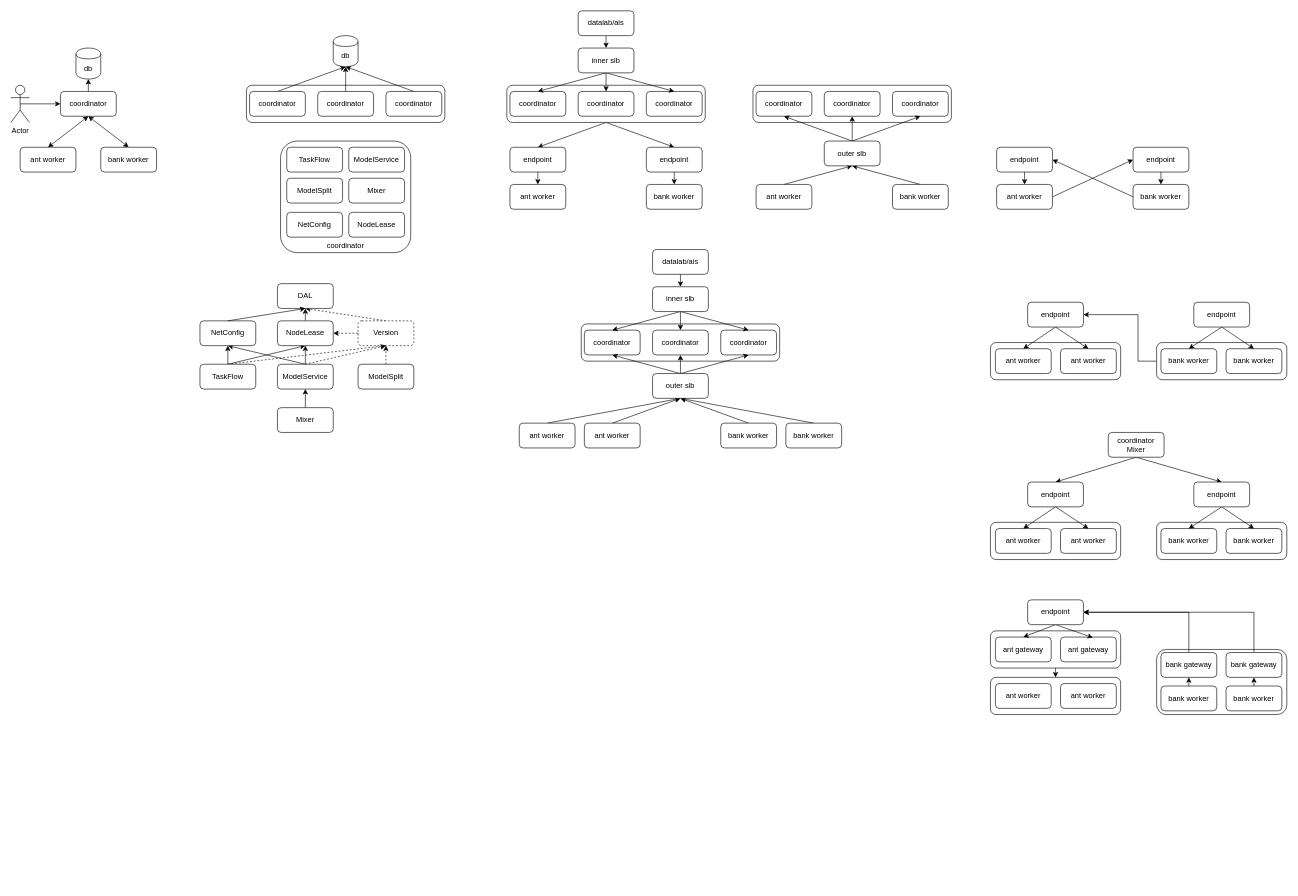
Earlier version of the draw.io diagram page "第 3 页" (3 of 3) of deployment.drawio (chlq1128/Mycode). Source tidied: cells renumbered, new cells numbered last; positions are measured from the earlier drawing's top-left corner, leaving out a move shared by most shapes. Both pictures are drawn from the tidied source at 62%, with x=0, y=0 at pixel (11, 11).
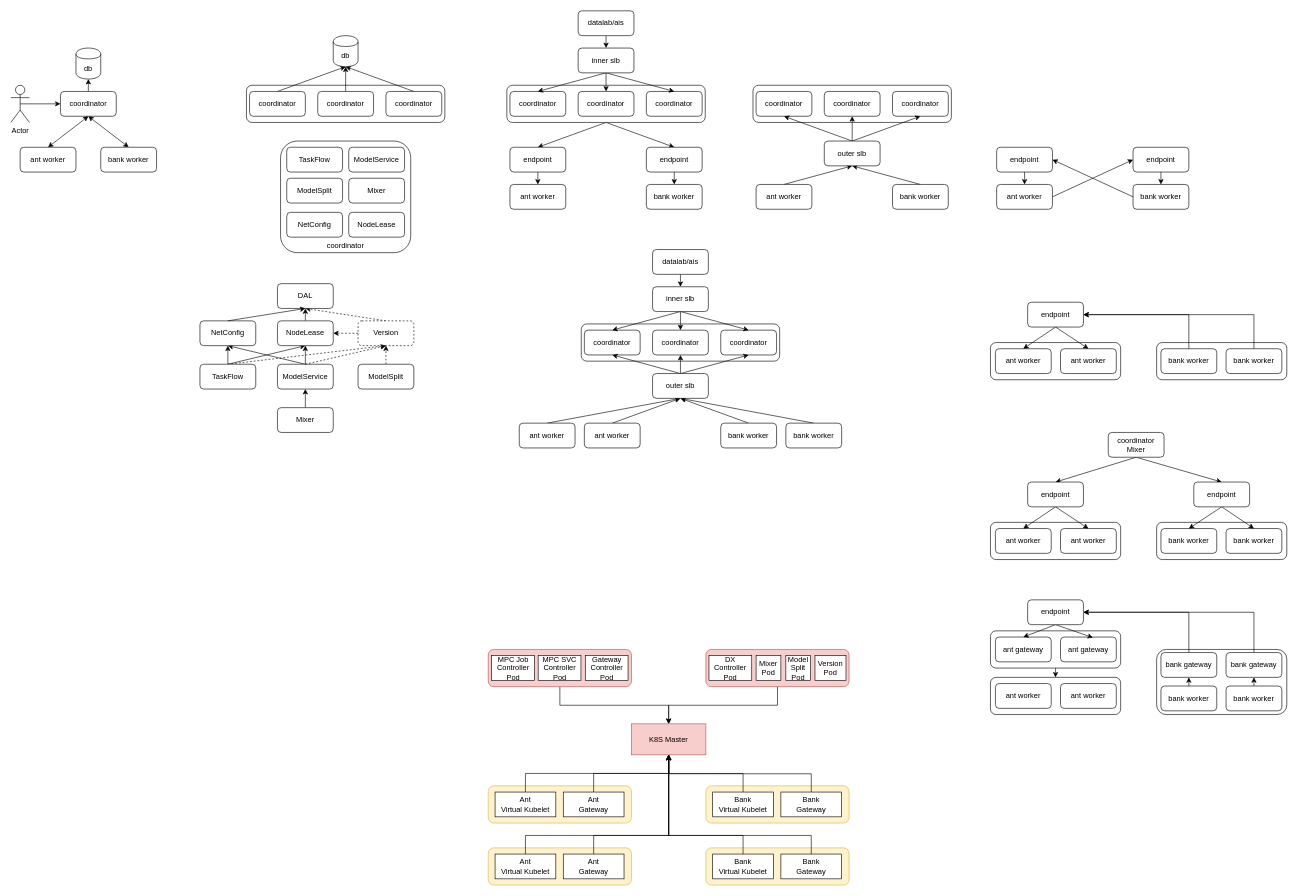
Above is the later version.

The change refers to these unchanged cells:
```xml
<mxCell id="3" style="rounded=1;whiteSpace=wrap;html=1;" parent="1" vertex="1">
  <mxGeometry x="1848" y="535" width="210" height="60" as="geometry" />
</mxCell>
<mxCell id="111" value="bank worker" style="rounded=1;whiteSpace=wrap;html=1;" parent="1" vertex="1">
  <mxGeometry x="1855" y="545" width="90" height="40" as="geometry" />
</mxCell>
<mxCell id="113" value="bank worker" style="rounded=1;whiteSpace=wrap;html=1;" parent="1" vertex="1">
  <mxGeometry x="1960" y="545" width="90" height="40" as="geometry" />
</mxCell>
<mxCell id="116" value="endpoint" style="rounded=1;whiteSpace=wrap;html=1;" parent="1" vertex="1">
  <mxGeometry x="1640" y="470" width="90" height="40" as="geometry" />
</mxCell>
```

What changed in the source:
```diff
@@
-    <mxCell id="2" style="edgeStyle=orthogonalEdgeStyle;rounded=0;jettySize=auto;html=1;exitX=0;exitY=0.5;exitDx=0;exitDy=0;entryX=1;entryY=0.5;entryDx=0;entryDy=0;startArrow=none;startFill=0;" parent="1" edge="1" source="3" target="116">
-      <mxGeometry relative="1" as="geometry">
-        <Array as="points">
-          <mxPoint x="1818" y="565" />
-          <mxPoint x="1818" y="490" />
-        </Array>
-      </mxGeometry>
-    </mxCell>
+    <mxCell id="154" style="rounded=1;whiteSpace=wrap;html=1;align=center;fillColor=#fff2cc;strokeColor=#d6b656;" parent="1" vertex="1">
+      <mxGeometry x="770" y="1250" width="231" height="60" as="geometry" />
+    </mxCell>
@@
+    <mxCell id="155" style="edgeStyle=orthogonalEdgeStyle;rounded=0;jettySize=auto;html=1;exitX=0.5;exitY=0;exitDx=0;exitDy=0;entryX=1;entryY=0.5;entryDx=0;entryDy=0;startArrow=none;startFill=0;" parent="1" edge="1" source="111" target="116">
+      <mxGeometry relative="1" as="geometry" />
+    </mxCell>
@@
+    <mxCell id="156" style="edgeStyle=orthogonalEdgeStyle;rounded=0;jettySize=auto;html=1;exitX=0.5;exitY=0;exitDx=0;exitDy=0;startArrow=none;startFill=0;entryX=1;entryY=0.5;entryDx=0;entryDy=0;" parent="1" edge="1" source="113" target="116">
+      <mxGeometry relative="1" as="geometry" />
+    </mxCell>
@@
-    <mxCell id="117" style="edgeStyle=none;rounded=0;jettySize=auto;html=1;exitX=0.5;exitY=1;exitDx=0;exitDy=0;entryX=0.5;entryY=0;entryDx=0;entryDy=0;startArrow=none;startFill=0;" parent="1" edge="1" source="119" target="111">
-      <mxGeometry relative="1" as="geometry" />
-    </mxCell>
-    <mxCell id="118" style="edgeStyle=none;rounded=0;jettySize=auto;html=1;exitX=0.5;exitY=1;exitDx=0;exitDy=0;entryX=0.5;entryY=0;entryDx=0;entryDy=0;startArrow=none;startFill=0;" parent="1" edge="1" source="119" target="113">
-      <mxGeometry relative="1" as="geometry" />
-    </mxCell>
-    <mxCell id="119" value="endpoint" style="rounded=1;whiteSpace=wrap;html=1;" parent="1" vertex="1">
-      <mxGeometry x="1908" y="470" width="90" height="40" as="geometry" />
-    </mxCell>
@@
+    <mxCell id="157" value="K8S Master" style="rounded=0;whiteSpace=wrap;html=1;align=center;fillColor=#f8cecc;strokeColor=#b85450;" parent="1" vertex="1">
+      <mxGeometry x="1001" y="1150" width="120" height="50" as="geometry" />
+    </mxCell>
+    <mxCell id="158" style="edgeStyle=orthogonalEdgeStyle;rounded=0;jettySize=auto;html=1;exitX=0.5;exitY=0;exitDx=0;exitDy=0;entryX=0.5;entryY=1;entryDx=0;entryDy=0;startArrow=none;startFill=0;" parent="1" edge="1" source="159" target="157">
+      <mxGeometry relative="1" as="geometry" />
+    </mxCell>
+    <mxCell id="159" value="Ant&lt;br&gt;Virtual Kubelet" style="rounded=0;whiteSpace=wrap;html=1;align=center;" parent="1" vertex="1">
+      <mxGeometry x="781" y="1260" width="98" height="40" as="geometry" />
+    </mxCell>
+    <mxCell id="160" style="edgeStyle=orthogonalEdgeStyle;rounded=0;jettySize=auto;html=1;exitX=0.5;exitY=0;exitDx=0;exitDy=0;entryX=0.5;entryY=1;entryDx=0;entryDy=0;startArrow=none;startFill=0;" parent="1" edge="1" source="161" target="157">
+      <mxGeometry relative="1" as="geometry" />
+    </mxCell>
+    <mxCell id="161" value="Ant&lt;br&gt;Gateway" style="rounded=0;whiteSpace=wrap;html=1;align=center;" parent="1" vertex="1">
+      <mxGeometry x="891" y="1260" width="98" height="40" as="geometry" />
+    </mxCell>
+    <mxCell id="162" style="rounded=1;whiteSpace=wrap;html=1;align=center;fillColor=#fff2cc;strokeColor=#d6b656;" parent="1" vertex="1">
+      <mxGeometry x="770" y="1350" width="231" height="60" as="geometry" />
+    </mxCell>
+    <mxCell id="163" style="edgeStyle=orthogonalEdgeStyle;rounded=0;jettySize=auto;html=1;exitX=0.5;exitY=0;exitDx=0;exitDy=0;entryX=0.5;entryY=1;entryDx=0;entryDy=0;startArrow=none;startFill=0;" parent="1" edge="1" source="164" target="157">
+      <mxGeometry relative="1" as="geometry">
+        <Array as="points">
+          <mxPoint x="830" y="1330" />
+          <mxPoint x="1061" y="1330" />
+        </Array>
+      </mxGeometry>
+    </mxCell>
+    <mxCell id="164" value="Ant&lt;br&gt;Virtual Kubelet" style="rounded=0;whiteSpace=wrap;html=1;align=center;" parent="1" vertex="1">
+      <mxGeometry x="781" y="1360" width="98" height="40" as="geometry" />
+    </mxCell>
+    <mxCell id="165" style="edgeStyle=orthogonalEdgeStyle;rounded=0;jettySize=auto;html=1;exitX=0.5;exitY=0;exitDx=0;exitDy=0;entryX=0.5;entryY=1;entryDx=0;entryDy=0;startArrow=none;startFill=0;" parent="1" edge="1" source="166" target="157">
+      <mxGeometry relative="1" as="geometry">
+        <Array as="points">
+          <mxPoint x="940" y="1330" />
+          <mxPoint x="1061" y="1330" />
+        </Array>
+      </mxGeometry>
+    </mxCell>
+    <mxCell id="166" value="Ant&lt;br&gt;Gateway" style="rounded=0;whiteSpace=wrap;html=1;align=center;" parent="1" vertex="1">
+      <mxGeometry x="891" y="1360" width="98" height="40" as="geometry" />
+    </mxCell>
+    <mxCell id="167" style="rounded=1;whiteSpace=wrap;html=1;align=center;fillColor=#fff2cc;strokeColor=#d6b656;" parent="1" vertex="1">
+      <mxGeometry x="1121" y="1250" width="231" height="60" as="geometry" />
+    </mxCell>
+    <mxCell id="168" style="edgeStyle=orthogonalEdgeStyle;rounded=0;jettySize=auto;html=1;exitX=0.5;exitY=0;exitDx=0;exitDy=0;startArrow=none;startFill=0;" parent="1" edge="1" source="169" target="157">
+      <mxGeometry relative="1" as="geometry" />
+    </mxCell>
+    <mxCell id="169" value="Bank&lt;br&gt;Virtual Kubelet" style="rounded=0;whiteSpace=wrap;html=1;align=center;" parent="1" vertex="1">
+      <mxGeometry x="1132" y="1260" width="98" height="40" as="geometry" />
+    </mxCell>
+    <mxCell id="170" style="edgeStyle=orthogonalEdgeStyle;rounded=0;jettySize=auto;html=1;exitX=0.5;exitY=0;exitDx=0;exitDy=0;startArrow=none;startFill=0;" parent="1" edge="1" source="171">
+      <mxGeometry relative="1" as="geometry">
+        <mxPoint x="1061" y="1200" as="targetPoint" />
+      </mxGeometry>
+    </mxCell>
+    <mxCell id="171" value="Bank&lt;br&gt;Gateway" style="rounded=0;whiteSpace=wrap;html=1;align=center;" parent="1" vertex="1">
+      <mxGeometry x="1242" y="1260" width="98" height="40" as="geometry" />
+    </mxCell>
+    <mxCell id="172" style="rounded=1;whiteSpace=wrap;html=1;align=center;fillColor=#fff2cc;strokeColor=#d6b656;" parent="1" vertex="1">
+      <mxGeometry x="1121" y="1350" width="231" height="60" as="geometry" />
+    </mxCell>
+    <mxCell id="173" style="edgeStyle=orthogonalEdgeStyle;rounded=0;jettySize=auto;html=1;exitX=0.5;exitY=0;exitDx=0;exitDy=0;startArrow=none;startFill=0;" parent="1" edge="1" source="174" target="157">
+      <mxGeometry relative="1" as="geometry">
+        <Array as="points">
+          <mxPoint x="1181" y="1330" />
+          <mxPoint x="1061" y="1330" />
+        </Array>
+      </mxGeometry>
+    </mxCell>
+    <mxCell id="174" value="Bank&lt;br&gt;Virtual Kubelet" style="rounded=0;whiteSpace=wrap;html=1;align=center;" parent="1" vertex="1">
+      <mxGeometry x="1132" y="1360" width="98" height="40" as="geometry" />
+    </mxCell>
+    <mxCell id="175" style="edgeStyle=orthogonalEdgeStyle;rounded=0;jettySize=auto;html=1;exitX=0.5;exitY=0;exitDx=0;exitDy=0;startArrow=none;startFill=0;" parent="1" edge="1" source="176" target="157">
+      <mxGeometry relative="1" as="geometry">
+        <Array as="points">
+          <mxPoint x="1291" y="1330" />
+          <mxPoint x="1061" y="1330" />
+        </Array>
+      </mxGeometry>
+    </mxCell>
+    <mxCell id="176" value="Bank&lt;br&gt;Gateway" style="rounded=0;whiteSpace=wrap;html=1;align=center;" parent="1" vertex="1">
+      <mxGeometry x="1242" y="1360" width="98" height="40" as="geometry" />
+    </mxCell>
+    <mxCell id="177" style="edgeStyle=orthogonalEdgeStyle;rounded=0;jettySize=auto;html=1;exitX=0.5;exitY=1;exitDx=0;exitDy=0;startArrow=none;startFill=0;" parent="1" edge="1" source="178" target="157">
+      <mxGeometry relative="1" as="geometry" />
+    </mxCell>
+    <mxCell id="178" style="rounded=1;whiteSpace=wrap;html=1;align=center;fillColor=#f8cecc;strokeColor=#b85450;" parent="1" vertex="1">
+      <mxGeometry x="770" y="1030" width="231" height="60" as="geometry" />
+    </mxCell>
+    <mxCell id="179" value="MPC Job&lt;br&gt;Controller&lt;br&gt;Pod" style="rounded=0;whiteSpace=wrap;html=1;align=center;" parent="1" vertex="1">
+      <mxGeometry x="775.5" y="1040" width="69" height="40" as="geometry" />
+    </mxCell>
+    <mxCell id="180" style="edgeStyle=orthogonalEdgeStyle;rounded=0;jettySize=auto;html=1;exitX=0.5;exitY=1;exitDx=0;exitDy=0;startArrow=none;startFill=0;" parent="1" edge="1" source="181" target="157">
+      <mxGeometry relative="1" as="geometry" />
+    </mxCell>
+    <mxCell id="181" style="rounded=1;whiteSpace=wrap;html=1;align=center;fillColor=#f8cecc;strokeColor=#b85450;" parent="1" vertex="1">
+      <mxGeometry x="1121" y="1030" width="231" height="60" as="geometry" />
+    </mxCell>
+    <mxCell id="182" value="Mixer&lt;br&gt;Pod" style="rounded=0;whiteSpace=wrap;html=1;align=center;" parent="1" vertex="1">
+      <mxGeometry x="1202" y="1040" width="40" height="40" as="geometry" />
+    </mxCell>
+    <mxCell id="183" value="MPC SVC&lt;br&gt;Controller&lt;br&gt;Pod" style="rounded=0;whiteSpace=wrap;html=1;align=center;" parent="1" vertex="1">
+      <mxGeometry x="850.5" y="1040" width="69" height="40" as="geometry" />
+    </mxCell>
+    <mxCell id="184" value="Gateway&lt;br&gt;Controller&lt;br&gt;Pod" style="rounded=0;whiteSpace=wrap;html=1;align=center;" parent="1" vertex="1">
+      <mxGeometry x="926.5" y="1040" width="69" height="40" as="geometry" />
+    </mxCell>
+    <mxCell id="185" value="Model&lt;br&gt;Split&lt;br&gt;Pod" style="rounded=0;whiteSpace=wrap;html=1;align=center;" parent="1" vertex="1">
+      <mxGeometry x="1250" y="1040" width="40" height="40" as="geometry" />
+    </mxCell>
+    <mxCell id="186" value="Version&lt;br&gt;Pod" style="rounded=0;whiteSpace=wrap;html=1;align=center;" parent="1" vertex="1">
+      <mxGeometry x="1297" y="1040" width="50" height="40" as="geometry" />
+    </mxCell>
+    <mxCell id="187" value="DX&lt;br&gt;Controller&lt;br&gt;Pod" style="rounded=0;whiteSpace=wrap;html=1;align=center;" parent="1" vertex="1">
+      <mxGeometry x="1126" y="1040" width="69" height="40" as="geometry" />
+    </mxCell>
```
